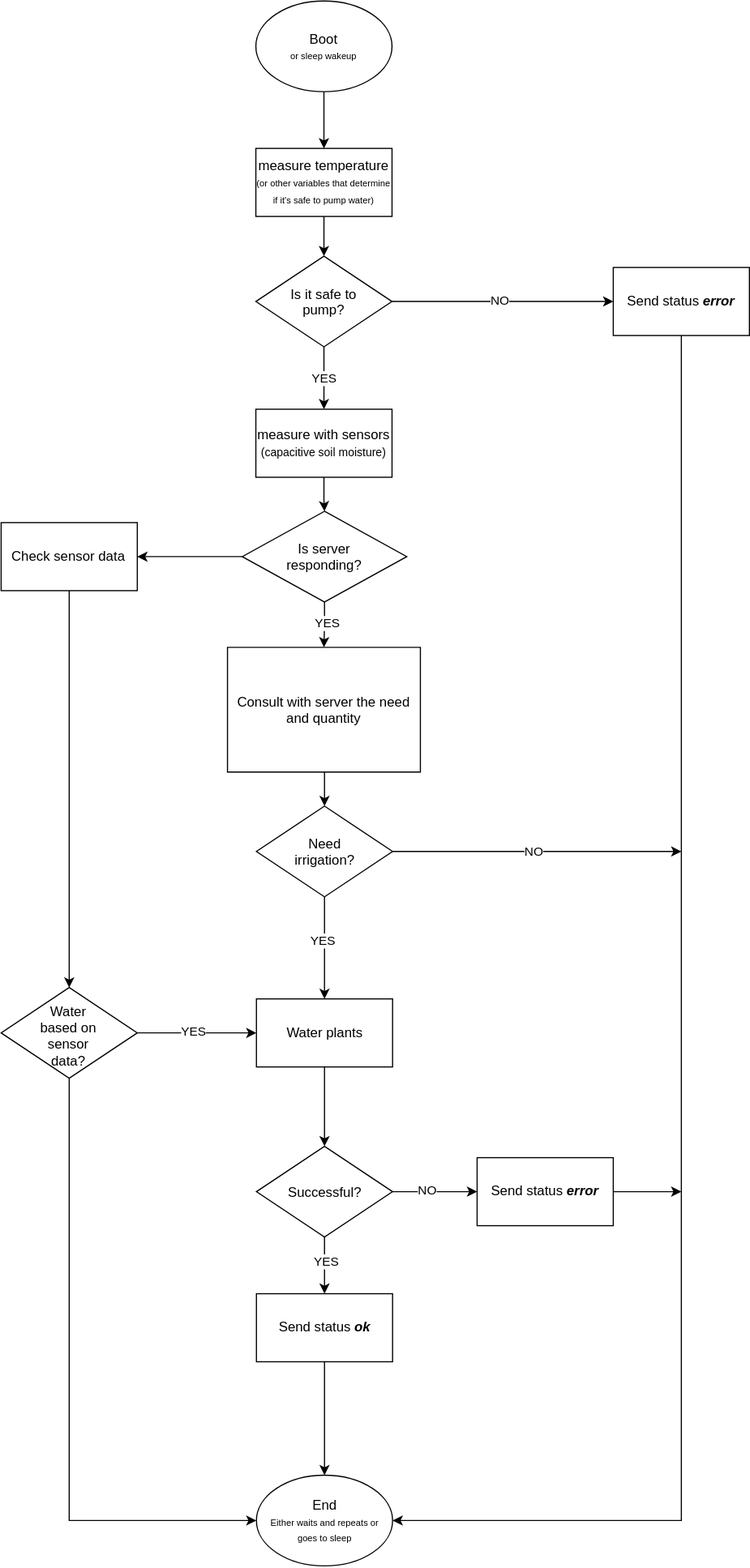
Before: software/Zahradnik-flowchart.drawio.svg, a diagram exported from draw.io (DvorakFilip/Zahradnik). Source tidied: cells renumbered, new cells last; positions are measured from the earlier drawing's top-left corner, leaving out a move shared by most shapes. Source of this version:
```xml
<mxGraphModel>
  <root>
    <mxCell id="0" />
    <mxCell id="1" parent="0" />
    <mxCell id="2" style="edgeStyle=orthogonalEdgeStyle;rounded=0;jettySize=auto;html=1;defaultLabelBackgroundColor=page;" parent="1" edge="1" source="3" target="6">
      <mxGeometry relative="1" as="geometry" />
    </mxCell>
    <mxCell id="3" value="Boot&lt;div&gt;&lt;font style=&quot;font-size: 8px;&quot;&gt;or sleep wakeup&lt;/font&gt;&lt;/div&gt;" style="ellipse;whiteSpace=wrap;html=1;shapeInside=1;" parent="1" vertex="1">
      <mxGeometry x="225" width="120" height="80" as="geometry" />
    </mxCell>
    <mxCell id="4" value="End&lt;div&gt;&lt;div&gt;&lt;font style=&quot;font-size: 8px;&quot;&gt;Either waits and repeats or goes to sleep&lt;/font&gt;&lt;/div&gt;&lt;/div&gt;" style="ellipse;whiteSpace=wrap;html=1;shapeInside=1;" parent="1" vertex="1">
      <mxGeometry x="225.5" y="1300" width="120" height="80" as="geometry" />
    </mxCell>
    <mxCell id="5" style="edgeStyle=orthogonalEdgeStyle;rounded=0;jettySize=auto;html=1;defaultLabelBackgroundColor=page;" parent="1" edge="1" source="6" target="13">
      <mxGeometry relative="1" as="geometry" />
    </mxCell>
    <mxCell id="6" value="&lt;div&gt;measure temperature&lt;/div&gt;&lt;div&gt;&lt;font style=&quot;font-size: 8px;&quot;&gt;(or other variables that determine if it's safe to pump water)&lt;/font&gt;&lt;/div&gt;" style="whiteSpace=wrap;html=1;" parent="1" vertex="1">
      <mxGeometry x="225" y="130" width="120" height="60" as="geometry" />
    </mxCell>
    <mxCell id="7" style="edgeStyle=orthogonalEdgeStyle;rounded=0;jettySize=auto;html=1;defaultLabelBackgroundColor=page;" parent="1" edge="1" source="8" target="19">
      <mxGeometry relative="1" as="geometry" />
    </mxCell>
    <mxCell id="8" value="&lt;div&gt;measure with sensors&lt;/div&gt;&lt;div&gt;&lt;font size=&quot;1&quot;&gt;(capacitive soil moisture)&lt;/font&gt;&lt;/div&gt;" style="whiteSpace=wrap;html=1;" parent="1" vertex="1">
      <mxGeometry x="225" y="360" width="120" height="60" as="geometry" />
    </mxCell>
    <mxCell id="9" style="edgeStyle=orthogonalEdgeStyle;rounded=0;jettySize=auto;html=1;entryX=0.5;entryY=0;entryDx=0;entryDy=0;defaultLabelBackgroundColor=page;" parent="1" edge="1" source="13" target="8">
      <mxGeometry relative="1" as="geometry" />
    </mxCell>
    <mxCell id="10" value="YES" style="edgeLabel;html=1;align=center;verticalAlign=middle;inheritText=1;defaultLabelBackgroundColor=page;" parent="9" vertex="1">
      <mxGeometry x="-0.04" relative="1" as="geometry" />
    </mxCell>
    <mxCell id="11" style="edgeStyle=orthogonalEdgeStyle;rounded=0;jettySize=auto;html=1;defaultLabelBackgroundColor=page;" parent="1" edge="1" source="13" target="15">
      <mxGeometry relative="1" as="geometry" />
    </mxCell>
    <mxCell id="12" value="NO" style="edgeLabel;html=1;align=center;verticalAlign=middle;inheritText=1;defaultLabelBackgroundColor=page;" parent="11" vertex="1">
      <mxGeometry x="-0.04" y="2" relative="1" as="geometry" />
    </mxCell>
    <mxCell id="13" value="Is it safe to pump?" style="rhombus;whiteSpace=wrap;html=1;shapeInside=1;" parent="1" vertex="1">
      <mxGeometry x="225" y="225" width="120" height="80" as="geometry" />
    </mxCell>
    <mxCell id="14" style="edgeStyle=orthogonalEdgeStyle;rounded=0;jettySize=auto;html=1;entryX=1;entryY=0.5;entryDx=0;entryDy=0;defaultLabelBackgroundColor=page;exitX=0.5;exitY=1;exitDx=0;exitDy=0;" parent="1" edge="1" source="15" target="4">
      <mxGeometry x="0.05" relative="1" as="geometry" />
    </mxCell>
    <mxCell id="15" value="Send status &lt;b&gt;&lt;i&gt;error&lt;/i&gt;&lt;/b&gt;" style="whiteSpace=wrap;html=1;" parent="1" vertex="1">
      <mxGeometry x="540" y="235" width="120" height="60" as="geometry" />
    </mxCell>
    <mxCell id="16" style="edgeStyle=orthogonalEdgeStyle;rounded=0;jettySize=auto;html=1;defaultLabelBackgroundColor=page;entryX=0.5;entryY=0;entryDx=0;entryDy=0;" parent="1" edge="1" source="19" target="26">
      <mxGeometry x="-0.64" relative="1" as="geometry" />
    </mxCell>
    <mxCell id="17" value="YES" style="edgeLabel;html=1;align=center;verticalAlign=middle;inheritText=1;defaultLabelBackgroundColor=page;" parent="16" vertex="1">
      <mxGeometry x="-0.1" y="2" relative="1" as="geometry" />
    </mxCell>
    <mxCell id="18" style="edgeStyle=orthogonalEdgeStyle;rounded=0;jettySize=auto;html=1;defaultLabelBackgroundColor=page;" parent="1" edge="1" source="19" target="39">
      <mxGeometry relative="1" as="geometry" />
    </mxCell>
    <mxCell id="19" value="Is server responding?" style="rhombus;whiteSpace=wrap;html=1;shapeInside=1;" parent="1" vertex="1">
      <mxGeometry x="213" y="450" width="145" height="80" as="geometry" />
    </mxCell>
    <mxCell id="20" style="edgeStyle=orthogonalEdgeStyle;rounded=0;jettySize=auto;html=1;defaultLabelBackgroundColor=page;" parent="1" edge="1" target="25">
      <mxGeometry relative="1" as="geometry">
        <mxPoint x="285.5" y="630" as="sourcePoint" />
      </mxGeometry>
    </mxCell>
    <mxCell id="21" style="edgeStyle=orthogonalEdgeStyle;rounded=0;jettySize=auto;html=1;defaultLabelBackgroundColor=page;" parent="1" edge="1" source="25">
      <mxGeometry relative="1" as="geometry">
        <mxPoint x="600" y="750" as="targetPoint" />
      </mxGeometry>
    </mxCell>
    <mxCell id="22" value="NO" style="edgeLabel;html=1;align=center;verticalAlign=middle;inheritText=1;defaultLabelBackgroundColor=page;" parent="21" vertex="1">
      <mxGeometry x="-0.03" relative="1" as="geometry" />
    </mxCell>
    <mxCell id="23" style="edgeStyle=orthogonalEdgeStyle;rounded=0;jettySize=auto;html=1;defaultLabelBackgroundColor=page;" parent="1" edge="1" source="25" target="28">
      <mxGeometry relative="1" as="geometry" />
    </mxCell>
    <mxCell id="24" value="YES" style="edgeLabel;html=1;align=center;verticalAlign=middle;inheritText=1;defaultLabelBackgroundColor=page;" parent="23" vertex="1">
      <mxGeometry x="-0.14" y="-2" relative="1" as="geometry" />
    </mxCell>
    <mxCell id="25" value="Need irrigation?" style="rhombus;whiteSpace=wrap;html=1;shapeInside=1;" parent="1" vertex="1">
      <mxGeometry x="225.5" y="710" width="120" height="80" as="geometry" />
    </mxCell>
    <mxCell id="26" value="Consult with server the need and quantity" style="shape=parallelogram;perimeter=parallelogramPerimeter;whiteSpace=wrap;html=1;shapeInside=1;fixedSize=1;size=0;" parent="1" vertex="1">
      <mxGeometry x="200" y="570" width="170" height="110" as="geometry" />
    </mxCell>
    <mxCell id="27" style="edgeStyle=orthogonalEdgeStyle;rounded=0;jettySize=auto;html=1;defaultLabelBackgroundColor=page;" parent="1" edge="1" source="28" target="33">
      <mxGeometry relative="1" as="geometry" />
    </mxCell>
    <mxCell id="28" value="Water plants" style="whiteSpace=wrap;html=1;" parent="1" vertex="1">
      <mxGeometry x="225.5" y="880" width="120" height="60" as="geometry" />
    </mxCell>
    <mxCell id="29" style="edgeStyle=orthogonalEdgeStyle;rounded=0;jettySize=auto;html=1;defaultLabelBackgroundColor=page;" parent="1" edge="1" source="33" target="35">
      <mxGeometry relative="1" as="geometry" />
    </mxCell>
    <mxCell id="30" value="&lt;div&gt;NO&lt;/div&gt;" style="edgeLabel;html=1;align=center;verticalAlign=middle;inheritText=1;defaultLabelBackgroundColor=page;" parent="29" vertex="1">
      <mxGeometry x="-0.19" y="1" relative="1" as="geometry" />
    </mxCell>
    <mxCell id="31" style="edgeStyle=orthogonalEdgeStyle;rounded=0;jettySize=auto;html=1;defaultLabelBackgroundColor=page;" parent="1" edge="1" source="33" target="37">
      <mxGeometry relative="1" as="geometry" />
    </mxCell>
    <mxCell id="32" value="YES" style="edgeLabel;html=1;align=center;verticalAlign=middle;inheritText=1;defaultLabelBackgroundColor=page;" parent="31" vertex="1">
      <mxGeometry x="-0.16" y="1" relative="1" as="geometry" />
    </mxCell>
    <mxCell id="33" value="Successful?" style="rhombus;whiteSpace=wrap;html=1;shapeInside=1;" parent="1" vertex="1">
      <mxGeometry x="225.5" y="1010" width="120" height="80" as="geometry" />
    </mxCell>
    <mxCell id="34" style="edgeStyle=orthogonalEdgeStyle;rounded=0;jettySize=auto;html=1;defaultLabelBackgroundColor=page;" parent="1" edge="1" source="35">
      <mxGeometry relative="1" as="geometry">
        <mxPoint x="600" y="1050" as="targetPoint" />
      </mxGeometry>
    </mxCell>
    <mxCell id="35" value="Send status &lt;b&gt;&lt;i&gt;error&lt;/i&gt;&lt;/b&gt;" style="whiteSpace=wrap;html=1;" parent="1" vertex="1">
      <mxGeometry x="420" y="1020" width="120" height="60" as="geometry" />
    </mxCell>
    <mxCell id="36" style="edgeStyle=orthogonalEdgeStyle;rounded=0;jettySize=auto;html=1;entryX=0.5;entryY=0;entryDx=0;entryDy=0;defaultLabelBackgroundColor=page;" parent="1" edge="1" source="37" target="4">
      <mxGeometry relative="1" as="geometry" />
    </mxCell>
    <mxCell id="37" value="Send status&amp;nbsp;&lt;b&gt;&lt;i&gt;ok&lt;/i&gt;&lt;/b&gt;" style="whiteSpace=wrap;html=1;" parent="1" vertex="1">
      <mxGeometry x="225.5" y="1140" width="120" height="60" as="geometry" />
    </mxCell>
    <mxCell id="38" style="edgeStyle=orthogonalEdgeStyle;rounded=0;jettySize=auto;html=1;defaultLabelBackgroundColor=page;" parent="1" edge="1" source="39" target="43">
      <mxGeometry relative="1" as="geometry" />
    </mxCell>
    <mxCell id="39" value="Check sensor data" style="whiteSpace=wrap;html=1;" parent="1" vertex="1">
      <mxGeometry x="0.5" y="460" width="120" height="60" as="geometry" />
    </mxCell>
    <mxCell id="40" style="edgeStyle=orthogonalEdgeStyle;rounded=0;jettySize=auto;html=1;entryX=0;entryY=0.5;entryDx=0;entryDy=0;defaultLabelBackgroundColor=page;" parent="1" edge="1" source="43" target="28">
      <mxGeometry relative="1" as="geometry" />
    </mxCell>
    <mxCell id="41" value="YES" style="edgeLabel;html=1;align=center;verticalAlign=middle;inheritText=1;defaultLabelBackgroundColor=page;" parent="40" vertex="1">
      <mxGeometry x="-0.07" y="1" relative="1" as="geometry" />
    </mxCell>
    <mxCell id="42" style="edgeStyle=orthogonalEdgeStyle;rounded=0;jettySize=auto;html=1;entryX=0;entryY=0.5;entryDx=0;entryDy=0;defaultLabelBackgroundColor=page;" parent="1" edge="1" source="43" target="4">
      <mxGeometry relative="1" as="geometry">
        <Array as="points">
          <mxPoint x="60.5" y="1340" />
        </Array>
      </mxGeometry>
    </mxCell>
    <mxCell id="43" value="Water based on sensor data?" style="rhombus;whiteSpace=wrap;html=1;shapeInside=1;" parent="1" vertex="1">
      <mxGeometry x="0.5" y="870" width="120" height="80" as="geometry" />
    </mxCell>
  </root>
</mxGraphModel>
```
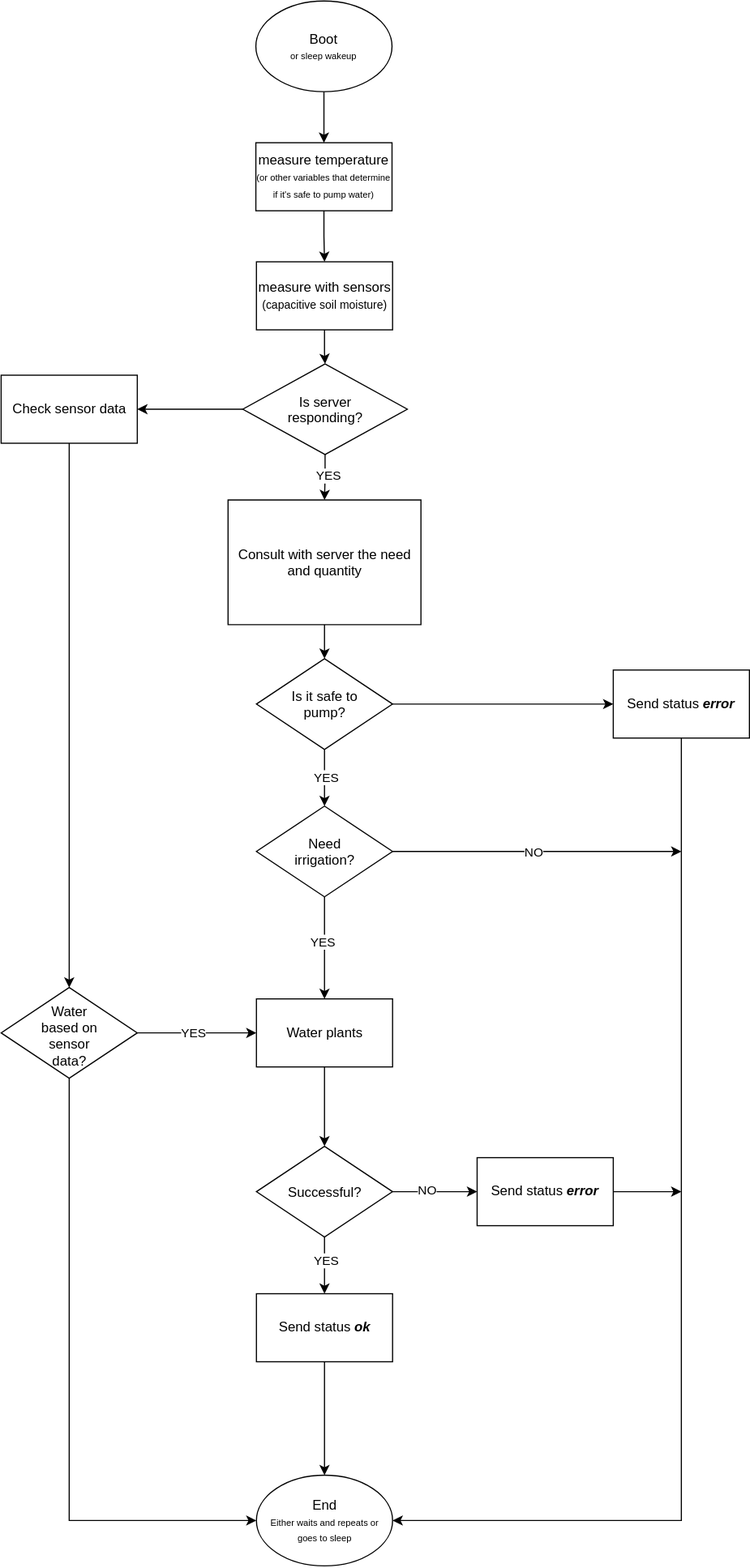
Above is the later version.

Change to the diagram source:
```diff
@@ -2,7 +2,7 @@
   <root>
     <mxCell id="0" />
     <mxCell id="1" parent="0" />
-    <mxCell id="2" style="edgeStyle=orthogonalEdgeStyle;rounded=0;jettySize=auto;html=1;defaultLabelBackgroundColor=page;" parent="1" edge="1" source="3" target="6">
+    <mxCell id="2" style="edgeStyle=orthogonalEdgeStyle;rounded=0;jettySize=auto;html=1;entryX=0.5;entryY=0;entryDx=0;entryDy=0;defaultLabelBackgroundColor=page;" parent="1" edge="1" source="3" target="6">
       <mxGeometry relative="1" as="geometry" />
     </mxCell>
     <mxCell id="3" value="Boot&lt;div&gt;&lt;font style=&quot;font-size: 8px;&quot;&gt;or sleep wakeup&lt;/font&gt;&lt;/div&gt;" style="ellipse;whiteSpace=wrap;html=1;shapeInside=1;" parent="1" vertex="1">
@@ -11,38 +11,35 @@
     <mxCell id="4" value="End&lt;div&gt;&lt;div&gt;&lt;font style=&quot;font-size: 8px;&quot;&gt;Either waits and repeats or goes to sleep&lt;/font&gt;&lt;/div&gt;&lt;/div&gt;" style="ellipse;whiteSpace=wrap;html=1;shapeInside=1;" parent="1" vertex="1">
       <mxGeometry x="225.5" y="1300" width="120" height="80" as="geometry" />
     </mxCell>
-    <mxCell id="5" style="edgeStyle=orthogonalEdgeStyle;rounded=0;jettySize=auto;html=1;defaultLabelBackgroundColor=page;" parent="1" edge="1" source="6" target="13">
-      <mxGeometry relative="1" as="geometry" />
-    </mxCell>
+    <mxCell id="44" style="edgeStyle=orthogonalEdgeStyle;rounded=0;jettySize=auto;html=1;entryX=0.5;entryY=0;entryDx=0;entryDy=0;defaultLabelBackgroundColor=page;" parent="1" edge="1" source="6" target="8">
+      <mxGeometry relative="1" as="geometry" />
+    </mxCell>
     <mxCell id="6" value="&lt;div&gt;measure temperature&lt;/div&gt;&lt;div&gt;&lt;font style=&quot;font-size: 8px;&quot;&gt;(or other variables that determine if it's safe to pump water)&lt;/font&gt;&lt;/div&gt;" style="whiteSpace=wrap;html=1;" parent="1" vertex="1">
-      <mxGeometry x="225" y="130" width="120" height="60" as="geometry" />
+      <mxGeometry x="225" y="125" width="120" height="60" as="geometry" />
     </mxCell>
     <mxCell id="7" style="edgeStyle=orthogonalEdgeStyle;rounded=0;jettySize=auto;html=1;defaultLabelBackgroundColor=page;" parent="1" edge="1" source="8" target="19">
       <mxGeometry relative="1" as="geometry" />
     </mxCell>
     <mxCell id="8" value="&lt;div&gt;measure with sensors&lt;/div&gt;&lt;div&gt;&lt;font size=&quot;1&quot;&gt;(capacitive soil moisture)&lt;/font&gt;&lt;/div&gt;" style="whiteSpace=wrap;html=1;" parent="1" vertex="1">
-      <mxGeometry x="225" y="360" width="120" height="60" as="geometry" />
+      <mxGeometry x="225.5" y="230" width="120" height="60" as="geometry" />
     </mxCell>
-    <mxCell id="9" style="edgeStyle=orthogonalEdgeStyle;rounded=0;jettySize=auto;html=1;entryX=0.5;entryY=0;entryDx=0;entryDy=0;defaultLabelBackgroundColor=page;" parent="1" edge="1" source="13" target="8">
-      <mxGeometry relative="1" as="geometry" />
-    </mxCell>
+    <mxCell id="45" style="edgeStyle=orthogonalEdgeStyle;rounded=0;jettySize=auto;html=1;entryX=0.5;entryY=0;entryDx=0;entryDy=0;defaultLabelBackgroundColor=page;" parent="1" edge="1" source="13" target="25">
+      <mxGeometry relative="1" as="geometry" />
+    </mxCell>
-    <mxCell id="10" value="YES" style="edgeLabel;html=1;align=center;verticalAlign=middle;inheritText=1;defaultLabelBackgroundColor=page;" parent="9" vertex="1">
-      <mxGeometry x="-0.04" relative="1" as="geometry" />
+    <mxCell id="10" value="YES" style="edgeLabel;html=1;align=center;verticalAlign=middle;inheritText=1;defaultLabelBackgroundColor=page;" parent="45" vertex="1">
+      <mxGeometry x="-0.03" y="1" relative="1" as="geometry" />
     </mxCell>
-    <mxCell id="11" style="edgeStyle=orthogonalEdgeStyle;rounded=0;jettySize=auto;html=1;defaultLabelBackgroundColor=page;" parent="1" edge="1" source="13" target="15">
+    <mxCell id="11" style="edgeStyle=orthogonalEdgeStyle;rounded=0;jettySize=auto;html=1;defaultLabelBackgroundColor=page;entryX=0;entryY=0.5;entryDx=0;entryDy=0;" parent="1" edge="1" source="13" target="15">
       <mxGeometry relative="1" as="geometry" />
     </mxCell>
-    <mxCell id="12" value="NO" style="edgeLabel;html=1;align=center;verticalAlign=middle;inheritText=1;defaultLabelBackgroundColor=page;" parent="11" vertex="1">
-      <mxGeometry x="-0.04" y="2" relative="1" as="geometry" />
-    </mxCell>
     <mxCell id="13" value="Is it safe to pump?" style="rhombus;whiteSpace=wrap;html=1;shapeInside=1;" parent="1" vertex="1">
-      <mxGeometry x="225" y="225" width="120" height="80" as="geometry" />
+      <mxGeometry x="225.5" y="580" width="120" height="80" as="geometry" />
     </mxCell>
     <mxCell id="14" style="edgeStyle=orthogonalEdgeStyle;rounded=0;jettySize=auto;html=1;entryX=1;entryY=0.5;entryDx=0;entryDy=0;defaultLabelBackgroundColor=page;exitX=0.5;exitY=1;exitDx=0;exitDy=0;" parent="1" edge="1" source="15" target="4">
       <mxGeometry x="0.05" relative="1" as="geometry" />
     </mxCell>
     <mxCell id="15" value="Send status &lt;b&gt;&lt;i&gt;error&lt;/i&gt;&lt;/b&gt;" style="whiteSpace=wrap;html=1;" parent="1" vertex="1">
-      <mxGeometry x="540" y="235" width="120" height="60" as="geometry" />
+      <mxGeometry x="540" y="590" width="120" height="60" as="geometry" />
     </mxCell>
     <mxCell id="16" style="edgeStyle=orthogonalEdgeStyle;rounded=0;jettySize=auto;html=1;defaultLabelBackgroundColor=page;entryX=0.5;entryY=0;entryDx=0;entryDy=0;" parent="1" edge="1" source="19" target="26">
       <mxGeometry x="-0.64" relative="1" as="geometry" />
@@ -54,13 +51,8 @@
       <mxGeometry relative="1" as="geometry" />
     </mxCell>
     <mxCell id="19" value="Is server responding?" style="rhombus;whiteSpace=wrap;html=1;shapeInside=1;" parent="1" vertex="1">
-      <mxGeometry x="213" y="450" width="145" height="80" as="geometry" />
+      <mxGeometry x="213.5" y="320" width="145" height="80" as="geometry" />
     </mxCell>
-    <mxCell id="20" style="edgeStyle=orthogonalEdgeStyle;rounded=0;jettySize=auto;html=1;defaultLabelBackgroundColor=page;" parent="1" edge="1" target="25">
-      <mxGeometry relative="1" as="geometry">
-        <mxPoint x="285.5" y="630" as="sourcePoint" />
-      </mxGeometry>
-    </mxCell>
     <mxCell id="21" style="edgeStyle=orthogonalEdgeStyle;rounded=0;jettySize=auto;html=1;defaultLabelBackgroundColor=page;" parent="1" edge="1" source="25">
       <mxGeometry relative="1" as="geometry">
         <mxPoint x="600" y="750" as="targetPoint" />
@@ -78,8 +70,11 @@
     <mxCell id="25" value="Need irrigation?" style="rhombus;whiteSpace=wrap;html=1;shapeInside=1;" parent="1" vertex="1">
       <mxGeometry x="225.5" y="710" width="120" height="80" as="geometry" />
     </mxCell>
+    <mxCell id="46" style="edgeStyle=orthogonalEdgeStyle;rounded=0;jettySize=auto;html=1;entryX=0.5;entryY=0;entryDx=0;entryDy=0;defaultLabelBackgroundColor=page;" parent="1" edge="1" source="26" target="13">
+      <mxGeometry relative="1" as="geometry" />
+    </mxCell>
     <mxCell id="26" value="Consult with server the need and quantity" style="shape=parallelogram;perimeter=parallelogramPerimeter;whiteSpace=wrap;html=1;shapeInside=1;fixedSize=1;size=0;" parent="1" vertex="1">
-      <mxGeometry x="200" y="570" width="170" height="110" as="geometry" />
+      <mxGeometry x="200.5" y="440" width="170" height="110" as="geometry" />
     </mxCell>
     <mxCell id="27" style="edgeStyle=orthogonalEdgeStyle;rounded=0;jettySize=auto;html=1;defaultLabelBackgroundColor=page;" parent="1" edge="1" source="28" target="33">
       <mxGeometry relative="1" as="geometry" />
@@ -120,7 +115,7 @@
       <mxGeometry relative="1" as="geometry" />
     </mxCell>
     <mxCell id="39" value="Check sensor data" style="whiteSpace=wrap;html=1;" parent="1" vertex="1">
-      <mxGeometry x="0.5" y="460" width="120" height="60" as="geometry" />
+      <mxGeometry x="0.5" y="330" width="120" height="60" as="geometry" />
     </mxCell>
     <mxCell id="40" style="edgeStyle=orthogonalEdgeStyle;rounded=0;jettySize=auto;html=1;entryX=0;entryY=0.5;entryDx=0;entryDy=0;defaultLabelBackgroundColor=page;" parent="1" edge="1" source="43" target="28">
       <mxGeometry relative="1" as="geometry" />
```
